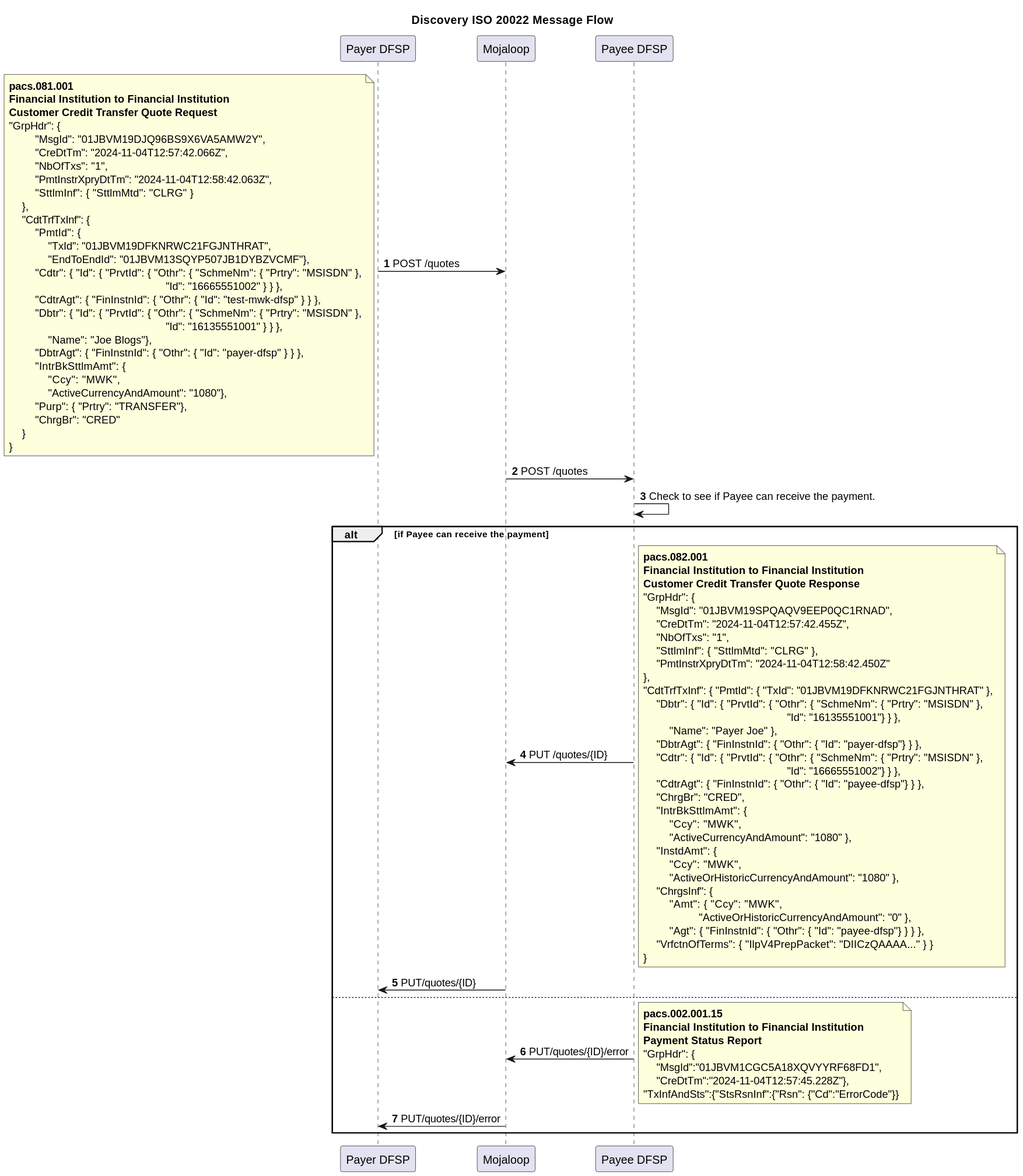
Before: Workstream documents/MarketPracticeDoc/SequenceDiagrams/Agreement.svg, a diagram exported from PlantUML (mojaloop/iso-20022-docs). Its diagram source:
```plantuml
@startuml

Title Discovery ISO 20022 Message Flow
participant PayerDFSP as "Payer DFSP"
participant Mojaloop as "Mojaloop"
participant PayeeDFSP as "Payee DFSP"

autonumber

PayerDFSP -> Mojaloop: POST /quotes
note left
**pacs.081.001**
**Financial Institution to Financial Institution**
**Customer Credit Transfer Quote Request**
"GrpHdr": {
        "MsgId": "01JBVM19DJQ96BS9X6VA5AMW2Y",
        "CreDtTm": "2024-11-04T12:57:42.066Z",
        "NbOfTxs": "1",
        "PmtInstrXpryDtTm": "2024-11-04T12:58:42.063Z",
        "SttlmInf": { "SttlmMtd": "CLRG" }
    },
    "CdtTrfTxInf": {
        "PmtId": {
            "TxId": "01JBVM19DFKNRWC21FGJNTHRAT",
            "EndToEndId": "01JBVM13SQYP507JB1DYBZVCMF"},
        "Cdtr": { "Id": { "PrvtId": { "Othr": { "SchmeNm": { "Prtry": "MSISDN" },
                                                "Id": "16665551002" } } },
        "CdtrAgt": { "FinInstnId": { "Othr": { "Id": "test-mwk-dfsp" } } },
        "Dbtr": { "Id": { "PrvtId": { "Othr": { "SchmeNm": { "Prtry": "MSISDN" },
                                                "Id": "16135551001" } } },
            "Name": "Joe Blogs"},
        "DbtrAgt": { "FinInstnId": { "Othr": { "Id": "payer-dfsp" } } },
        "IntrBkSttlmAmt": {
            "Ccy": "MWK",
            "ActiveCurrencyAndAmount": "1080"},
        "Purp": { "Prtry": "TRANSFER"},
        "ChrgBr": "CRED"
    }
}
end note
Mojaloop -> PayeeDFSP: POST /quotes
PayeeDFSP -> PayeeDFSP: Check to see if Payee can receive the payment.
alt if Payee can receive the payment
PayeeDFSP -> Mojaloop: PUT /quotes/{ID}
note right
**pacs.082.001**
**Financial Institution to Financial Institution**
**Customer Credit Transfer Quote Response**
"GrpHdr": {
    "MsgId": "01JBVM19SPQAQV9EEP0QC1RNAD",
    "CreDtTm": "2024-11-04T12:57:42.455Z",
    "NbOfTxs": "1",
    "SttlmInf": { "SttlmMtd": "CLRG" },
    "PmtInstrXpryDtTm": "2024-11-04T12:58:42.450Z"
},
"CdtTrfTxInf": { "PmtId": { "TxId": "01JBVM19DFKNRWC21FGJNTHRAT" },
    "Dbtr": { "Id": { "PrvtId": { "Othr": { "SchmeNm": { "Prtry": "MSISDN" },
                                            "Id": "16135551001"} } },
        "Name": "Payer Joe" },
    "DbtrAgt": { "FinInstnId": { "Othr": { "Id": "payer-dfsp"} } },
    "Cdtr": { "Id": { "PrvtId": { "Othr": { "SchmeNm": { "Prtry": "MSISDN" },
                                            "Id": "16665551002"} } },
    "CdtrAgt": { "FinInstnId": { "Othr": { "Id": "payee-dfsp"} } },
    "ChrgBr": "CRED",
    "IntrBkSttlmAmt": {
        "Ccy": "MWK",
        "ActiveCurrencyAndAmount": "1080" },
    "InstdAmt": {
        "Ccy": "MWK",
        "ActiveOrHistoricCurrencyAndAmount": "1080" },
    "ChrgsInf": {
        "Amt": { "Ccy": "MWK",
                 "ActiveOrHistoricCurrencyAndAmount": "0" },
        "Agt": { "FinInstnId": { "Othr": { "Id": "payee-dfsp"} } } },
    "VrfctnOfTerms": { "IlpV4PrepPacket": "DIICzQAAAA..." } }
}
end note
Mojaloop -> PayerDFSP: PUT/quotes/{ID}

else

PayeeDFSP -> Mojaloop: PUT/quotes/{ID}/error
note right
**pacs.002.001.15**
**Financial Institution to Financial Institution**
**Payment Status Report**
"GrpHdr": {
    "MsgId":"01JBVM1CGC5A18XQVYYRF68FD1",
    "CreDtTm":"2024-11-04T12:57:45.228Z"},
"TxInfAndSts":{"StsRsnInf":{"Rsn": {"Cd":"ErrorCode"}}
end note
Mojaloop -> PayerDFSP: PUT/quotes/{ID}/error

end

@enduml
```
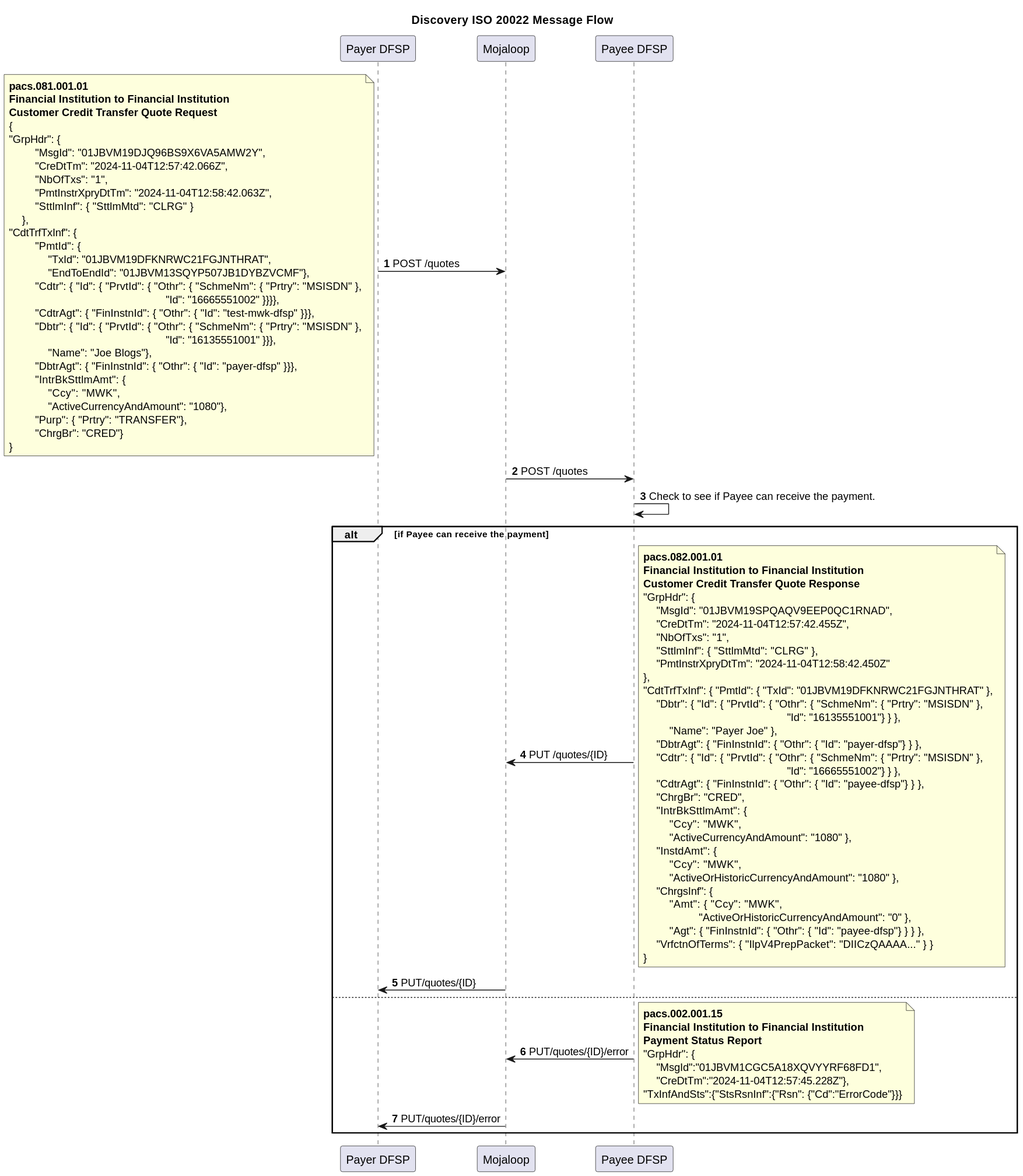
The same file after the commit.

What changed in the source:
```diff
@@ -9,9 +9,10 @@
 
 PayerDFSP -> Mojaloop: POST /quotes
 note left
-**pacs.081.001**
+**pacs.081.001.01**
 **Financial Institution to Financial Institution**
 **Customer Credit Transfer Quote Request**
+{
 "GrpHdr": {
         "MsgId": "01JBVM19DJQ96BS9X6VA5AMW2Y",
         "CreDtTm": "2024-11-04T12:57:42.066Z",
@@ -19,23 +20,22 @@
         "PmtInstrXpryDtTm": "2024-11-04T12:58:42.063Z",
         "SttlmInf": { "SttlmMtd": "CLRG" }
     },
-    "CdtTrfTxInf": {
+"CdtTrfTxInf": {
         "PmtId": {
             "TxId": "01JBVM19DFKNRWC21FGJNTHRAT",
             "EndToEndId": "01JBVM13SQYP507JB1DYBZVCMF"},
         "Cdtr": { "Id": { "PrvtId": { "Othr": { "SchmeNm": { "Prtry": "MSISDN" },
-                                                "Id": "16665551002" } } },
-        "CdtrAgt": { "FinInstnId": { "Othr": { "Id": "test-mwk-dfsp" } } },
+                                                "Id": "16665551002" }}}},
+        "CdtrAgt": { "FinInstnId": { "Othr": { "Id": "test-mwk-dfsp" }}},
         "Dbtr": { "Id": { "PrvtId": { "Othr": { "SchmeNm": { "Prtry": "MSISDN" },
-                                                "Id": "16135551001" } } },
+                                                "Id": "16135551001" }}},
             "Name": "Joe Blogs"},
-        "DbtrAgt": { "FinInstnId": { "Othr": { "Id": "payer-dfsp" } } },
+        "DbtrAgt": { "FinInstnId": { "Othr": { "Id": "payer-dfsp" }}},
         "IntrBkSttlmAmt": {
             "Ccy": "MWK",
             "ActiveCurrencyAndAmount": "1080"},
         "Purp": { "Prtry": "TRANSFER"},
-        "ChrgBr": "CRED"
-    }
+        "ChrgBr": "CRED"}
 }
 end note
 Mojaloop -> PayeeDFSP: POST /quotes
@@ -43,7 +43,7 @@
 alt if Payee can receive the payment
 PayeeDFSP -> Mojaloop: PUT /quotes/{ID}
 note right
-**pacs.082.001**
+**pacs.082.001.01**
 **Financial Institution to Financial Institution**
 **Customer Credit Transfer Quote Response**
 "GrpHdr": {
@@ -87,7 +87,7 @@
 "GrpHdr": {
     "MsgId":"01JBVM1CGC5A18XQVYYRF68FD1",
     "CreDtTm":"2024-11-04T12:57:45.228Z"},
-"TxInfAndSts":{"StsRsnInf":{"Rsn": {"Cd":"ErrorCode"}}
+"TxInfAndSts":{"StsRsnInf":{"Rsn": {"Cd":"ErrorCode"}}}
 end note
 Mojaloop -> PayerDFSP: PUT/quotes/{ID}/error
 
```
